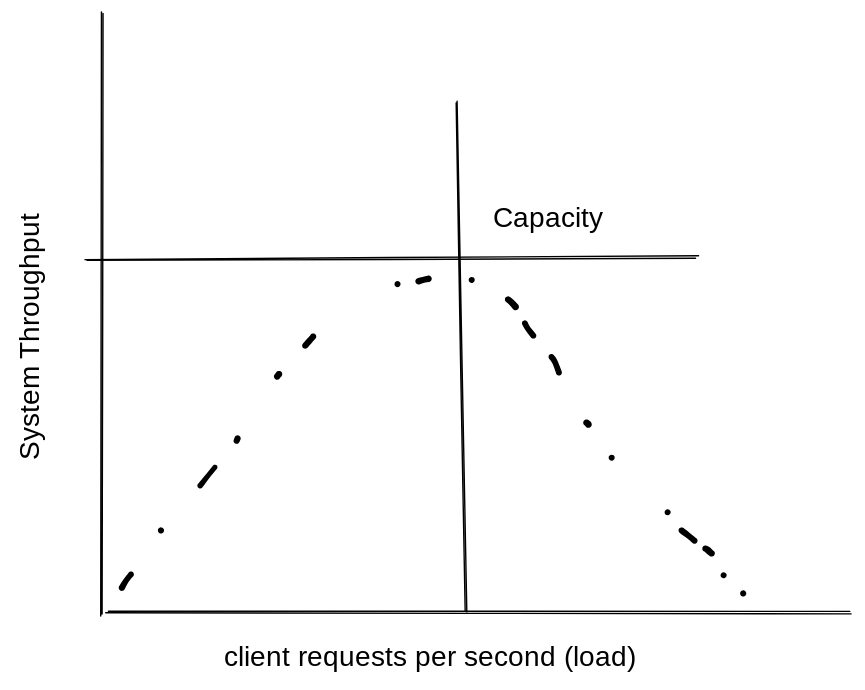
Before: Drawings/throughput.excalidraw.svg, a diagram exported from Excalidraw (hypertheory-services/bsd-teacher-notes-oct-2022). Source tidied: one line per element, renumbered; positions are measured from the earlier drawing's top-left corner, leaving out a move shared by most shapes.
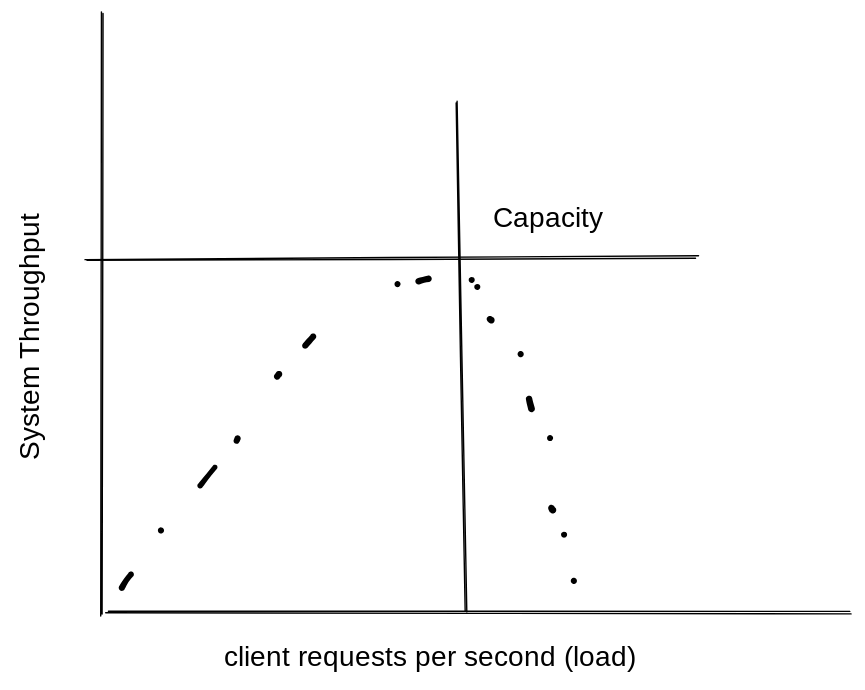
After the change.

Commit message:
async await stuff

Change to the diagram source:
```diff
@@ -11,16 +11,14 @@
 {"id": 10, "type": "freedraw", "strokeColor": "#000000", "strokeWidth": 1, "roughness": 1, "x": 356, "y": 193, "width": 1, "height": 0, "points": [[0, 0], [1, 0], [0, 0]]}
 {"id": 11, "type": "freedraw", "strokeColor": "#000000", "strokeWidth": 1, "roughness": 1, "x": 371, "y": 191, "width": 8, "height": 2, "points": [[0, 0], [2, 0], [4, 0], [6, -2], [8, -2], [8, -2]]}
 {"id": 12, "type": "freedraw", "strokeColor": "#000000", "strokeWidth": 1, "roughness": 1, "x": 409, "y": 190, "width": 1, "height": 1, "points": [[0, 0], [1, 1], [0, 0]]}
-{"id": 13, "type": "freedraw", "strokeColor": "#000000", "strokeWidth": 1, "roughness": 1, "x": 435, "y": 204, "width": 6, "height": 6, "points": [[0, 0], [2, 1], [3, 2], [4, 3], [6, 6], [6, 6]]}
-{"id": 14, "type": "freedraw", "strokeColor": "#000000", "strokeWidth": 1, "roughness": 1, "x": 447, "y": 221, "width": 7, "height": 10, "points": [[0, 0], [0, 1], [2, 3], [3, 6], [7, 10], [7, 10]]}
-{"id": 15, "type": "freedraw", "strokeColor": "#000000", "strokeWidth": 1, "roughness": 1, "x": 466, "y": 245, "width": 6, "height": 13, "points": [[0, 0], [0, 1], [1, 1], [2, 1], [4, 5], [6, 13], [6, 13]]}
-{"id": 16, "type": "freedraw", "strokeColor": "#000000", "strokeWidth": 1, "roughness": 1, "x": 491, "y": 292, "width": 4, "height": 4, "points": [[0, 0], [2, 2], [4, 3], [4, 4], [0, 0]]}
-{"id": 17, "type": "freedraw", "strokeColor": "#000000", "strokeWidth": 1, "roughness": 1, "x": 509, "y": 317, "width": 0, "height": 1, "points": [[0, 0], [0, 1], [0, 0]]}
-{"id": 18, "type": "freedraw", "strokeColor": "#000000", "strokeWidth": 1, "roughness": 1, "x": 549, "y": 356, "width": 3, "height": 2, "points": [[0, 0], [1, 1], [2, 1], [3, 2], [0, 0]]}
-{"id": 19, "type": "freedraw", "strokeColor": "#000000", "strokeWidth": 1, "roughness": 1, "x": 559, "y": 369, "width": 10, "height": 8, "points": [[0, 0], [1, 0], [3, 1], [4, 3], [8, 6], [10, 8], [10, 8]]}
-{"id": 20, "type": "freedraw", "strokeColor": "#000000", "strokeWidth": 1, "roughness": 1, "x": 576, "y": 382, "width": 6, "height": 5, "points": [[0, 0], [2, 0], [3, 0], [4, 2], [6, 5], [0, 0]]}
-{"id": 21, "type": "freedraw", "strokeColor": "#000000", "strokeWidth": 1, "roughness": 1, "x": 589, "y": 401, "width": 2, "height": 0, "points": [[0, 0], [1, 0], [2, 0], [0, 0]]}
-{"id": 22, "type": "freedraw", "strokeColor": "#000000", "strokeWidth": 1, "roughness": 1, "x": 603, "y": 414, "width": 0, "height": 0, "points": [[0, 0], [0, 0]]}
 {"id": 23, "type": "line", "strokeColor": "#000000", "strokeWidth": 1, "roughness": 1, "x": 405, "y": 426, "width": 7, "height": 363, "points": [[0, 0], [-7, -363]]}
 {"id": 24, "type": "text", "text": "Capacity", "strokeColor": "#000000", "strokeWidth": 1, "roughness": 1, "fontSize": 20, "fontFamily": 1, "x": 424, "y": 134, "width": 87, "height": 25}
 {"id": 25, "type": "line", "strokeColor": "#000000", "strokeWidth": 1, "roughness": 1, "x": 134, "y": 175, "width": 436, "height": 1, "points": [[0, 0], [436, -1]]}
+{"id": 26, "type": "freedraw", "strokeColor": "#000000", "strokeWidth": 1, "roughness": 1, "x": 413, "y": 195, "width": 2, "height": 0, "points": [[0, 0], [2, 0], [0, 0]]}
+{"id": 27, "type": "freedraw", "strokeColor": "#000000", "strokeWidth": 1, "roughness": 1, "x": 422, "y": 218, "width": 4, "height": 3, "points": [[0, 0], [1, 0], [1, 1], [4, 3], [0, 0]]}
+{"id": 28, "type": "freedraw", "strokeColor": "#000000", "strokeWidth": 1, "roughness": 1, "x": 444, "y": 243, "width": 0, "height": 0, "points": [[0, 0], [0, 0]]}
+{"id": 29, "type": "freedraw", "strokeColor": "#000000", "strokeWidth": 1, "roughness": 1, "x": 450, "y": 275, "width": 2, "height": 8, "points": [[0, 0], [1, 0], [1, 2], [1, 5], [2, 8], [2, 8]]}
+{"id": 30, "type": "freedraw", "strokeColor": "#000000", "strokeWidth": 1, "roughness": 1, "x": 465, "y": 303, "width": 0, "height": 3, "points": [[0, 0], [0, 1], [0, 3], [0, 0]]}
+{"id": 31, "type": "freedraw", "strokeColor": "#000000", "strokeWidth": 1, "roughness": 1, "x": 466, "y": 353, "width": 3, "height": 4, "points": [[0, 0], [0, 1], [1, 2], [2, 3], [2, 4], [3, 4], [0, 0]]}
+{"id": 32, "type": "freedraw", "strokeColor": "#000000", "strokeWidth": 1, "roughness": 1, "x": 475, "y": 372, "width": 1, "height": 2, "points": [[0, 0], [1, 0], [1, 1], [1, 2], [0, 0]]}
+{"id": 33, "type": "freedraw", "strokeColor": "#000000", "strokeWidth": 1, "roughness": 1, "x": 482, "y": 405, "width": 0, "height": 0, "points": [[0, 0], [0, 0]]}
```
